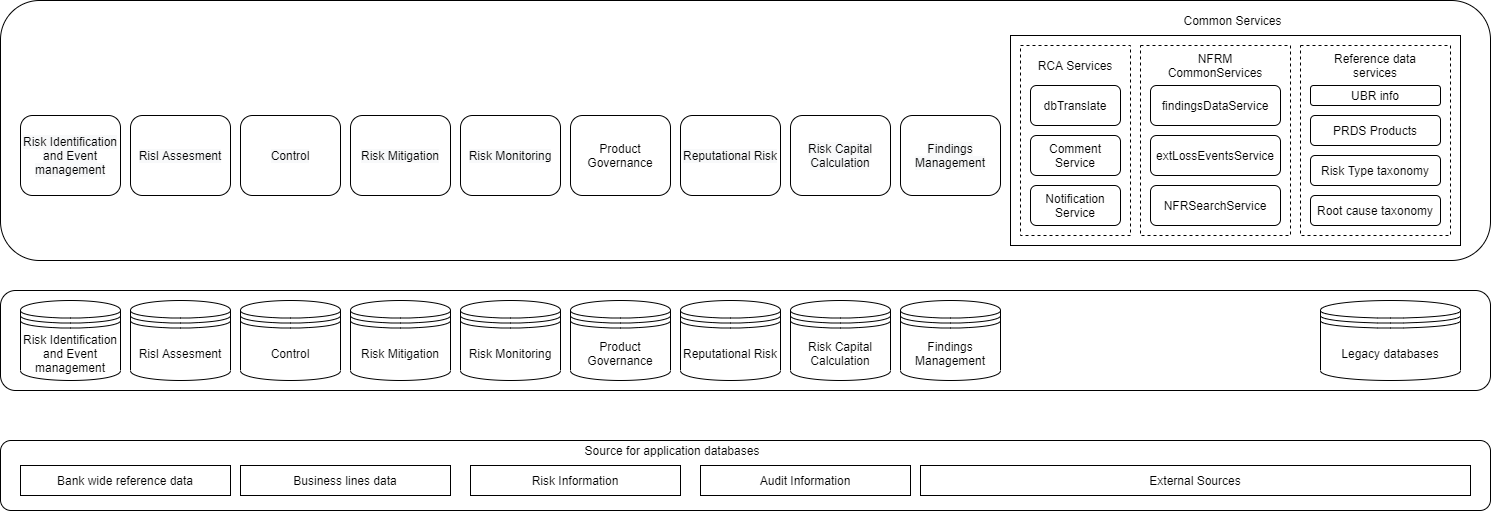
This is dbfuse/technical architecture.png from kothawaderupesh/draw.io-diagrams, a draw.io export, as it was before one commit. Source tidied: cells renumbered, new cells last; positions are measured from the earlier drawing's top-left corner, leaving out a move shared by most shapes.
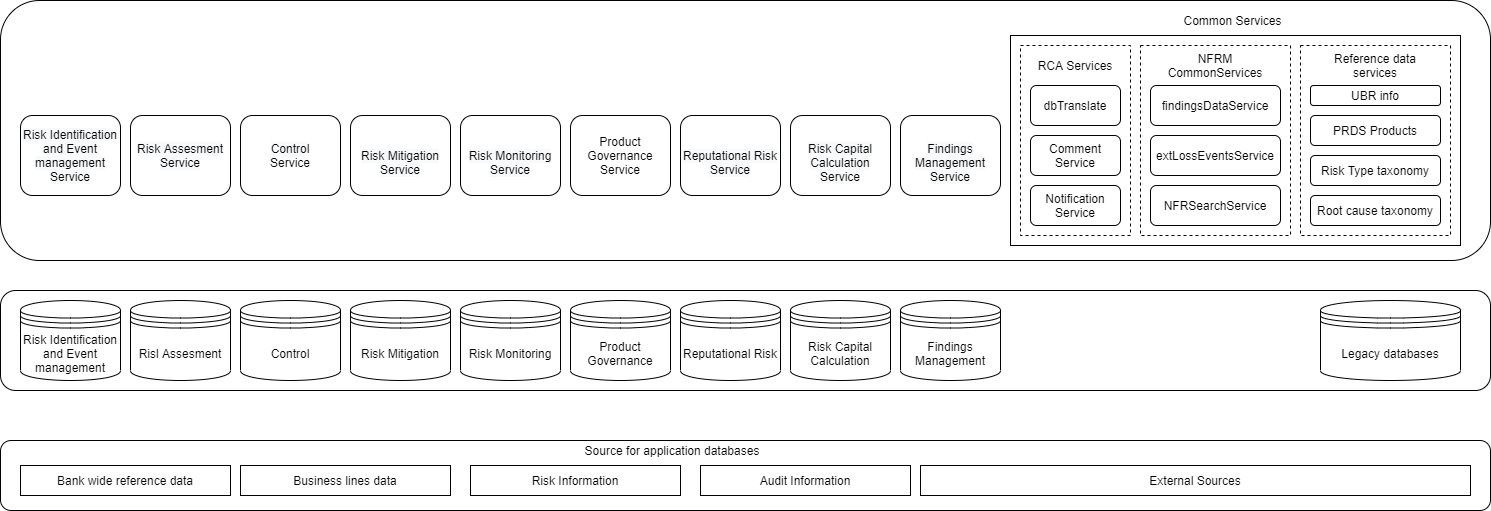
Above is the later version.

The edit, as a diff of the source:
```diff
@@ -62,31 +62,31 @@
     <mxCell id="21" value="Findings Management" style="shape=datastore;whiteSpace=wrap;html=1;" parent="1" vertex="1">
       <mxGeometry x="900" y="300" width="100" height="80" as="geometry" />
     </mxCell>
-    <mxCell id="22" value="&#10;&#10;&lt;span style=&quot;color: rgb(0, 0, 0); font-family: helvetica; font-size: 12px; font-style: normal; font-weight: 400; letter-spacing: normal; text-align: center; text-indent: 0px; text-transform: none; word-spacing: 0px; background-color: rgb(248, 249, 250); display: inline; float: none;&quot;&gt;Risk Identification and Event management&lt;/span&gt;&#10;&#10;" style="rounded=1;whiteSpace=wrap;html=1;" parent="1" vertex="1">
+    <mxCell id="22" value="&lt;span style=&quot;color: rgb(0 , 0 , 0) ; font-family: &amp;#34;helvetica&amp;#34; ; font-size: 12px ; font-style: normal ; font-weight: 400 ; letter-spacing: normal ; text-align: center ; text-indent: 0px ; text-transform: none ; word-spacing: 0px ; background-color: rgb(248 , 249 , 250) ; display: inline ; float: none&quot;&gt;Risk Identification and Event management Service&lt;/span&gt;" style="rounded=1;whiteSpace=wrap;html=1;" parent="1" vertex="1">
       <mxGeometry x="20" y="115" width="100" height="80" as="geometry" />
     </mxCell>
-    <mxCell id="23" value="&#10;&#10;&lt;span style=&quot;color: rgb(0, 0, 0); font-family: helvetica; font-size: 12px; font-style: normal; font-weight: 400; letter-spacing: normal; text-align: center; text-indent: 0px; text-transform: none; word-spacing: 0px; background-color: rgb(248, 249, 250); display: inline; float: none;&quot;&gt;Risl Assesment&lt;/span&gt;&#10;&#10;" style="rounded=1;whiteSpace=wrap;html=1;" parent="1" vertex="1">
+    <mxCell id="23" value="&lt;span style=&quot;color: rgb(0 , 0 , 0) ; font-family: &amp;#34;helvetica&amp;#34; ; font-size: 12px ; font-style: normal ; font-weight: 400 ; letter-spacing: normal ; text-align: center ; text-indent: 0px ; text-transform: none ; word-spacing: 0px ; background-color: rgb(248 , 249 , 250) ; display: inline ; float: none&quot;&gt;Risk Assesment Service&lt;/span&gt;" style="rounded=1;whiteSpace=wrap;html=1;" parent="1" vertex="1">
       <mxGeometry x="130" y="115" width="100" height="80" as="geometry" />
     </mxCell>
-    <mxCell id="24" value="&#10;&#10;&lt;span style=&quot;color: rgb(0, 0, 0); font-family: helvetica; font-size: 12px; font-style: normal; font-weight: 400; letter-spacing: normal; text-align: center; text-indent: 0px; text-transform: none; word-spacing: 0px; background-color: rgb(248, 249, 250); display: inline; float: none;&quot;&gt;Control&lt;/span&gt;&#10;&#10;" style="rounded=1;whiteSpace=wrap;html=1;" parent="1" vertex="1">
+    <mxCell id="24" value="&lt;span style=&quot;color: rgb(0 , 0 , 0) ; font-family: &amp;#34;helvetica&amp;#34; ; font-size: 12px ; font-style: normal ; font-weight: 400 ; letter-spacing: normal ; text-align: center ; text-indent: 0px ; text-transform: none ; word-spacing: 0px ; background-color: rgb(248 , 249 , 250) ; display: inline ; float: none&quot;&gt;Control&lt;/span&gt;&lt;br&gt;Service" style="rounded=1;whiteSpace=wrap;html=1;" parent="1" vertex="1">
       <mxGeometry x="240" y="115" width="100" height="80" as="geometry" />
     </mxCell>
-    <mxCell id="25" value="&#10;&#10;&lt;span style=&quot;color: rgb(0, 0, 0); font-family: helvetica; font-size: 12px; font-style: normal; font-weight: 400; letter-spacing: normal; text-align: center; text-indent: 0px; text-transform: none; word-spacing: 0px; background-color: rgb(248, 249, 250); display: inline; float: none;&quot;&gt;Risk Mitigation&lt;/span&gt;&#10;&#10;" style="rounded=1;whiteSpace=wrap;html=1;" parent="1" vertex="1">
+    <mxCell id="25" value="&lt;br&gt;&lt;span style=&quot;color: rgb(0 , 0 , 0) ; font-family: &amp;#34;helvetica&amp;#34; ; font-size: 12px ; font-style: normal ; font-weight: 400 ; letter-spacing: normal ; text-align: center ; text-indent: 0px ; text-transform: none ; word-spacing: 0px ; background-color: rgb(248 , 249 , 250) ; display: inline ; float: none&quot;&gt;Risk Mitigation Service&lt;/span&gt;&lt;br&gt;" style="rounded=1;whiteSpace=wrap;html=1;" parent="1" vertex="1">
       <mxGeometry x="350" y="115" width="100" height="80" as="geometry" />
     </mxCell>
-    <mxCell id="26" value="&#10;&#10;&lt;span style=&quot;color: rgb(0, 0, 0); font-family: helvetica; font-size: 12px; font-style: normal; font-weight: 400; letter-spacing: normal; text-align: center; text-indent: 0px; text-transform: none; word-spacing: 0px; background-color: rgb(248, 249, 250); display: inline; float: none;&quot;&gt;Risk Monitoring&lt;/span&gt;&#10;&#10;" style="rounded=1;whiteSpace=wrap;html=1;" parent="1" vertex="1">
+    <mxCell id="26" value="&lt;br&gt;&lt;span style=&quot;color: rgb(0 , 0 , 0) ; font-family: &amp;#34;helvetica&amp;#34; ; font-size: 12px ; font-style: normal ; font-weight: 400 ; letter-spacing: normal ; text-align: center ; text-indent: 0px ; text-transform: none ; word-spacing: 0px ; background-color: rgb(248 , 249 , 250) ; display: inline ; float: none&quot;&gt;Risk Monitoring Service&lt;/span&gt;&lt;br&gt;" style="rounded=1;whiteSpace=wrap;html=1;" parent="1" vertex="1">
       <mxGeometry x="460" y="115" width="100" height="80" as="geometry" />
     </mxCell>
-    <mxCell id="27" value="&lt;span&gt;Product Governance&lt;/span&gt;" style="rounded=1;whiteSpace=wrap;html=1;" parent="1" vertex="1">
+    <mxCell id="27" value="&lt;span&gt;Product Governance Service&lt;/span&gt;" style="rounded=1;whiteSpace=wrap;html=1;" parent="1" vertex="1">
       <mxGeometry x="570" y="115" width="100" height="80" as="geometry" />
     </mxCell>
-    <mxCell id="28" value="&#10;&#10;&lt;span style=&quot;color: rgb(0, 0, 0); font-family: helvetica; font-size: 12px; font-style: normal; font-weight: 400; letter-spacing: normal; text-align: center; text-indent: 0px; text-transform: none; word-spacing: 0px; background-color: rgb(248, 249, 250); display: inline; float: none;&quot;&gt;Reputational Risk&lt;/span&gt;&#10;&#10;" style="rounded=1;whiteSpace=wrap;html=1;" parent="1" vertex="1">
+    <mxCell id="28" value="&lt;br&gt;&lt;span style=&quot;color: rgb(0 , 0 , 0) ; font-family: &amp;#34;helvetica&amp;#34; ; font-size: 12px ; font-style: normal ; font-weight: 400 ; letter-spacing: normal ; text-align: center ; text-indent: 0px ; text-transform: none ; word-spacing: 0px ; background-color: rgb(248 , 249 , 250) ; display: inline ; float: none&quot;&gt;Reputational Risk Service&lt;/span&gt;&lt;br&gt;" style="rounded=1;whiteSpace=wrap;html=1;" parent="1" vertex="1">
       <mxGeometry x="680" y="115" width="100" height="80" as="geometry" />
     </mxCell>
-    <mxCell id="29" value="&#10;&#10;&lt;span style=&quot;color: rgb(0, 0, 0); font-family: helvetica; font-size: 12px; font-style: normal; font-weight: 400; letter-spacing: normal; text-align: center; text-indent: 0px; text-transform: none; word-spacing: 0px; background-color: rgb(248, 249, 250); display: inline; float: none;&quot;&gt;Risk Capital Calculation&lt;/span&gt;&#10;&#10;" style="rounded=1;whiteSpace=wrap;html=1;" parent="1" vertex="1">
+    <mxCell id="29" value="&lt;br&gt;&lt;span style=&quot;color: rgb(0 , 0 , 0) ; font-family: &amp;#34;helvetica&amp;#34; ; font-size: 12px ; font-style: normal ; font-weight: 400 ; letter-spacing: normal ; text-align: center ; text-indent: 0px ; text-transform: none ; word-spacing: 0px ; background-color: rgb(248 , 249 , 250) ; display: inline ; float: none&quot;&gt;Risk Capital Calculation Service&lt;/span&gt;&lt;br&gt;" style="rounded=1;whiteSpace=wrap;html=1;" parent="1" vertex="1">
       <mxGeometry x="790" y="115" width="100" height="80" as="geometry" />
     </mxCell>
-    <mxCell id="30" value="&#10;&#10;&lt;span style=&quot;color: rgb(0, 0, 0); font-family: helvetica; font-size: 12px; font-style: normal; font-weight: 400; letter-spacing: normal; text-align: center; text-indent: 0px; text-transform: none; word-spacing: 0px; background-color: rgb(248, 249, 250); display: inline; float: none;&quot;&gt;Findings Management&lt;/span&gt;&#10;&#10;" style="rounded=1;whiteSpace=wrap;html=1;" parent="1" vertex="1">
+    <mxCell id="30" value="&lt;br&gt;&lt;span style=&quot;color: rgb(0 , 0 , 0) ; font-family: &amp;#34;helvetica&amp;#34; ; font-size: 12px ; font-style: normal ; font-weight: 400 ; letter-spacing: normal ; text-align: center ; text-indent: 0px ; text-transform: none ; word-spacing: 0px ; background-color: rgb(248 , 249 , 250) ; display: inline ; float: none&quot;&gt;Findings Management Service&lt;/span&gt;&lt;br&gt;" style="rounded=1;whiteSpace=wrap;html=1;" parent="1" vertex="1">
       <mxGeometry x="900" y="115" width="100" height="80" as="geometry" />
     </mxCell>
     <mxCell id="31" style="rounded=0;whiteSpace=wrap;html=1;dashed=1;" parent="1" vertex="1">
```
